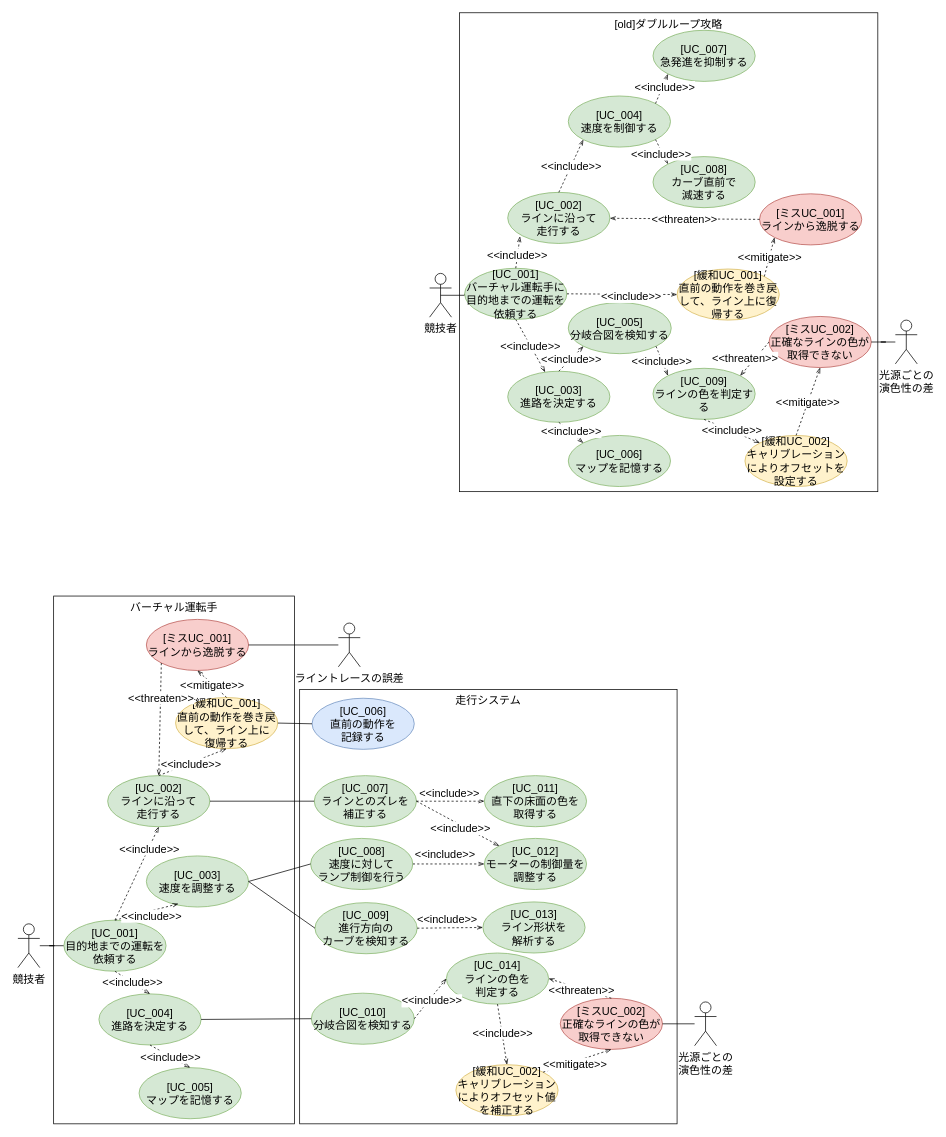
This is model/素材/2.2.1_ユースケース図.drawio from miyoshiyuu-systena/tenarobo-primary-mil-2025, a draw.io file, before an edit. Source tidied: cells renumbered, new cells numbered last; positions are measured from the earlier drawing's top-left corner, leaving out a move shared by most shapes. Both pictures are drawn from the tidied source at 73%, with x=0, y=0 at pixel (18, 12).
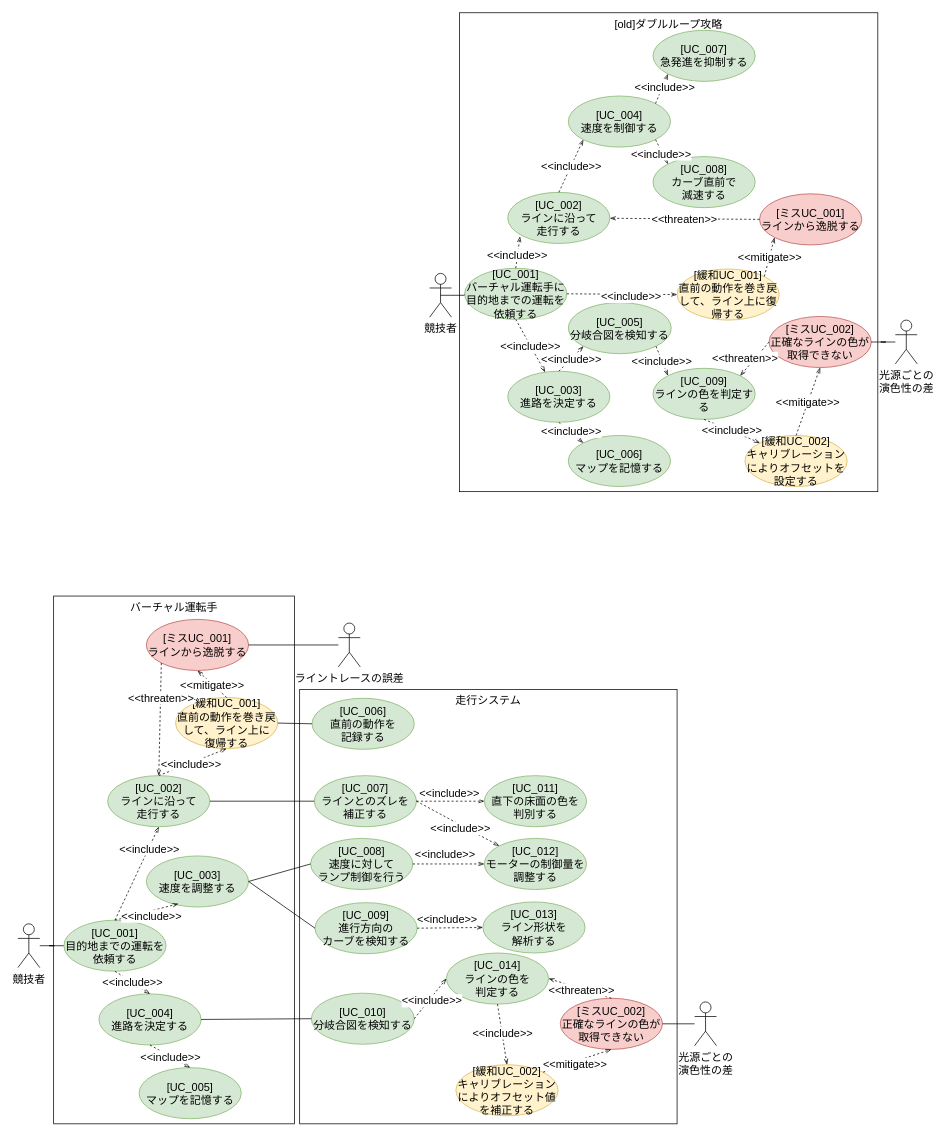
Above is the later version.

Change to the diagram source:
```diff
@@
-    <mxCell id="50" value="&lt;div&gt;[UC_011]&lt;/div&gt;&lt;div&gt;直下の床面の色を&lt;/div&gt;&lt;div&gt;取得する&lt;/div&gt;" style="ellipse;whiteSpace=wrap;html=1;fillColor=#d5e8d4;strokeColor=#82b366;fontSize=15;" parent="1" vertex="1">
+    <mxCell id="50" value="&lt;div&gt;[UC_011]&lt;/div&gt;&lt;div&gt;直下の床面の色を&lt;/div&gt;&lt;div&gt;判別する&lt;/div&gt;" style="ellipse;whiteSpace=wrap;html=1;fillColor=#d5e8d4;strokeColor=#82b366;fontSize=15;" parent="1" vertex="1">
       <mxGeometry x="639" y="1045" width="140" height="70" as="geometry" />
     </mxCell>
@@
-    <mxCell id="74" value="[UC_006]&lt;div&gt;直前の動作を&lt;/div&gt;&lt;div&gt;記録する&lt;/div&gt;" style="ellipse;whiteSpace=wrap;html=1;fillColor=#dae8fc;strokeColor=#6c8ebf;fontSize=15;" parent="1" vertex="1">
+    <mxCell id="74" value="[UC_006]&lt;div&gt;直前の動作を&lt;/div&gt;&lt;div&gt;記録する&lt;/div&gt;" style="ellipse;whiteSpace=wrap;html=1;fillColor=#d5e8d4;strokeColor=#82b366;fontSize=15;" parent="1" vertex="1">
       <mxGeometry x="403" y="939" width="140" height="70" as="geometry" />
     </mxCell>
```
